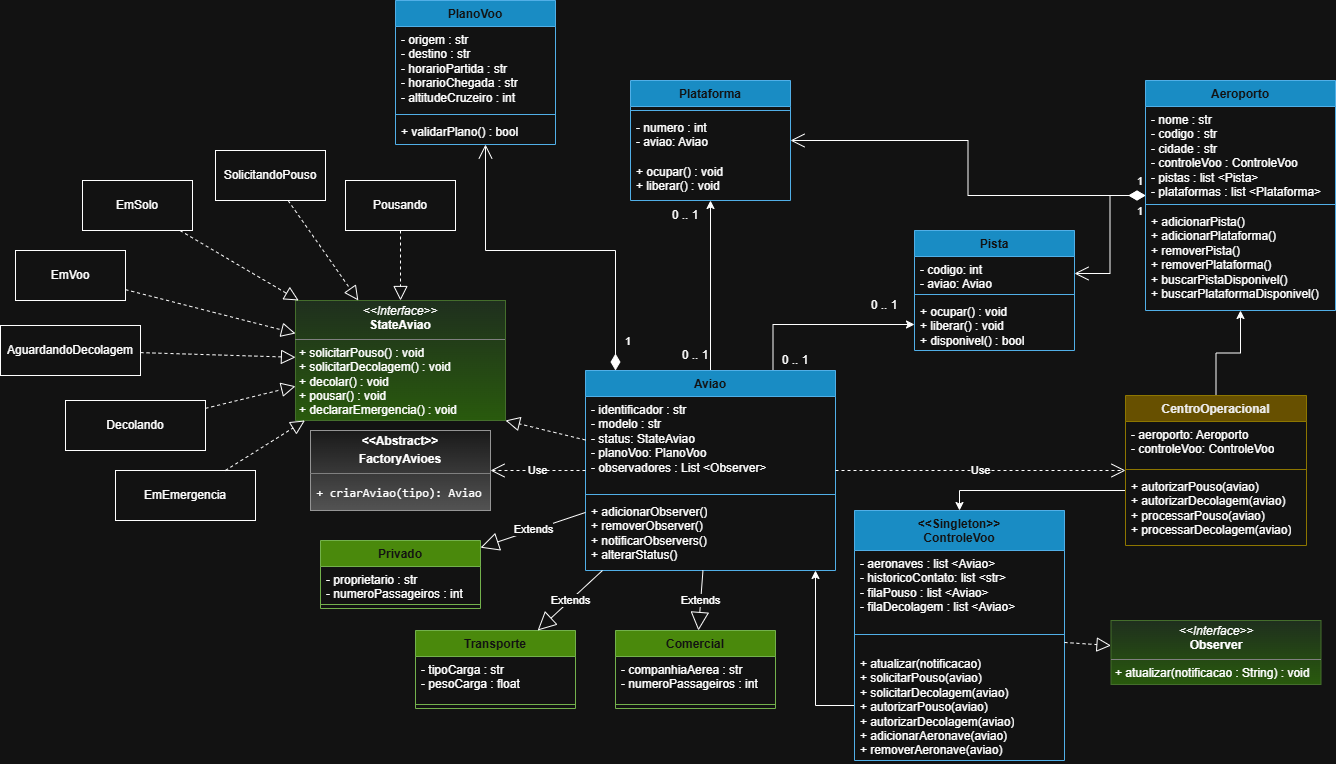
Before: docs/uml.png, a diagram exported from draw.io (Rafael-Dpaula/Sistema-de-Gerenciamento-de-Trafego-Aeroportuario). Source tidied: cells renumbered, new cells last; positions are measured from the earlier drawing's top-left corner, leaving out a move shared by most shapes.
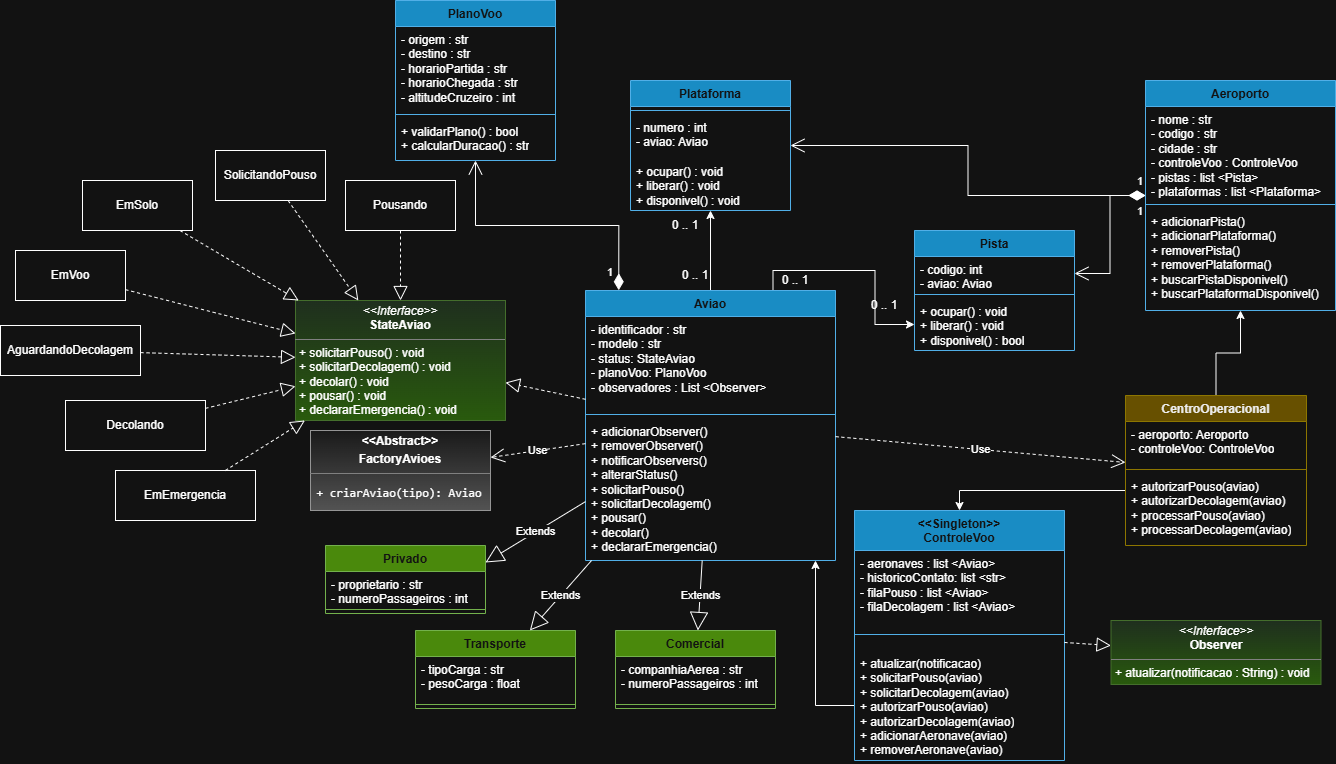
Above is the later version.

What changed in the source:
```diff
@@ -21,7 +21,7 @@
       <mxGeometry relative="1" as="geometry" />
     </mxCell>
     <mxCell id="8" value="Aviao&lt;div&gt;&lt;br&gt;&lt;/div&gt;" style="swimlane;fontStyle=1;align=center;verticalAlign=top;horizontal=1;startSize=26;whiteSpace=wrap;html=1;fillColor=#1ba1e2;fontColor=#ffffff;strokeColor=#006EAF;" parent="1" vertex="1">
-      <mxGeometry x="585" y="370" width="250" height="200" as="geometry" />
+      <mxGeometry x="585" y="290" width="250" height="270" as="geometry" />
     </mxCell>
     <mxCell id="9" value="&lt;div&gt;- identificador : str&lt;/div&gt;&lt;div&gt;- modelo : str&lt;/div&gt;&lt;div&gt;&lt;span style=&quot;background-color: transparent; color: light-dark(rgb(0, 0, 0), rgb(255, 255, 255));&quot;&gt;- status: StateAviao&lt;/span&gt;&lt;/div&gt;&lt;div&gt;&lt;span style=&quot;background-color: transparent;&quot;&gt;- planoVoo: PlanoVoo&lt;/span&gt;&lt;/div&gt;&lt;div&gt;&lt;span style=&quot;background-color: transparent; color: light-dark(rgb(0, 0, 0), rgb(255, 255, 255));&quot;&gt;- observadores : List &amp;lt;Observer&amp;gt;&lt;/span&gt;&lt;/div&gt;" style="text;strokeColor=none;fillColor=none;align=left;verticalAlign=top;spacingLeft=4;spacingRight=4;overflow=hidden;whiteSpace=wrap;html=1;" parent="8" vertex="1">
       <mxGeometry y="26" width="250" height="94" as="geometry" />
@@ -29,11 +29,11 @@
     <mxCell id="10" style="line;strokeWidth=1;fillColor=none;align=left;verticalAlign=middle;spacingTop=-1;spacingLeft=3;spacingRight=3;labelPosition=right;strokeColor=inherit;" parent="8" vertex="1">
       <mxGeometry y="120" width="250" height="8" as="geometry" />
     </mxCell>
-    <mxCell id="11" value="&lt;div&gt;&lt;div&gt;+ adicionarObserver()&lt;/div&gt;&lt;div&gt;+ removerObserver()&lt;/div&gt;&lt;div&gt;+ notificarObservers()&lt;/div&gt;&lt;div&gt;+ alterarStatus()&lt;/div&gt;&lt;/div&gt;" style="text;strokeColor=none;fillColor=none;align=left;verticalAlign=top;spacingLeft=4;spacingRight=4;overflow=hidden;whiteSpace=wrap;html=1;" parent="8" vertex="1">
-      <mxGeometry y="128" width="250" height="72" as="geometry" />
+    <mxCell id="11" value="&lt;div&gt;&lt;div&gt;+ adicionarObserver()&lt;/div&gt;&lt;div&gt;+ removerObserver()&lt;/div&gt;&lt;div&gt;+ notificarObservers()&lt;/div&gt;&lt;div&gt;+ alterarStatus()&lt;/div&gt;&lt;/div&gt;&lt;div&gt;+ solicitarPouso()&lt;/div&gt;&lt;div&gt;+ solicitarDecolagem()&lt;/div&gt;&lt;div&gt;+ pousar()&lt;/div&gt;&lt;div&gt;+ decolar()&lt;/div&gt;&lt;div&gt;+ declararEmergencia()&lt;/div&gt;" style="text;strokeColor=none;fillColor=none;align=left;verticalAlign=top;spacingLeft=4;spacingRight=4;overflow=hidden;whiteSpace=wrap;html=1;" parent="8" vertex="1">
+      <mxGeometry y="128" width="250" height="142" as="geometry" />
     </mxCell>
     <mxCell id="12" value="PlanoVoo&lt;div&gt;&lt;br&gt;&lt;/div&gt;" style="swimlane;fontStyle=1;align=center;verticalAlign=top;horizontal=1;startSize=26;whiteSpace=wrap;html=1;fillColor=#1ba1e2;fontColor=#ffffff;strokeColor=#006EAF;" parent="1" vertex="1">
-      <mxGeometry x="395" width="160" height="144" as="geometry" />
+      <mxGeometry x="395" width="160" height="160" as="geometry" />
     </mxCell>
     <mxCell id="13" value="&lt;div&gt;- origem : str&lt;/div&gt;&lt;div&gt;- destino : str&lt;/div&gt;&lt;div&gt;- horarioPartida : str&lt;/div&gt;&lt;div&gt;- horarioChegada : str&lt;/div&gt;&lt;div&gt;- altitudeCruzeiro : int&lt;/div&gt;" style="text;strokeColor=none;fillColor=none;align=left;verticalAlign=top;spacingLeft=4;spacingRight=4;overflow=hidden;whiteSpace=wrap;html=1;" parent="12" vertex="1">
       <mxGeometry y="26" width="160" height="84" as="geometry" />
@@ -41,8 +41,8 @@
     <mxCell id="14" style="line;strokeWidth=1;fillColor=none;align=left;verticalAlign=middle;spacingTop=-1;spacingLeft=3;spacingRight=3;labelPosition=right;strokeColor=inherit;" parent="12" vertex="1">
       <mxGeometry y="110" width="160" height="8" as="geometry" />
     </mxCell>
-    <mxCell id="15" value="+ validarPlano() : bool" style="text;strokeColor=none;fillColor=none;align=left;verticalAlign=top;spacingLeft=4;spacingRight=4;overflow=hidden;whiteSpace=wrap;html=1;" parent="12" vertex="1">
-      <mxGeometry y="118" width="160" height="26" as="geometry" />
+    <mxCell id="15" value="+ validarPlano() : bool&lt;div&gt;+ calcularDuracao() : str&lt;/div&gt;" style="text;strokeColor=none;fillColor=none;align=left;verticalAlign=top;spacingLeft=4;spacingRight=4;overflow=hidden;whiteSpace=wrap;html=1;" parent="12" vertex="1">
+      <mxGeometry y="118" width="160" height="42" as="geometry" />
     </mxCell>
     <mxCell id="16" style="edgeStyle=orthogonalEdgeStyle;rounded=0;jettySize=auto;html=1;" parent="1" edge="1" source="17" target="8">
       <mxGeometry relative="1" as="geometry">
@@ -73,7 +73,7 @@
       <mxGeometry y="70" width="160" height="8" as="geometry" />
     </mxCell>
     <mxCell id="24" value="Privado" style="swimlane;fontStyle=1;align=center;verticalAlign=top;horizontal=1;startSize=26;whiteSpace=wrap;html=1;fillColor=#60a917;fontColor=#ffffff;strokeColor=#2D7600;" parent="1" vertex="1">
-      <mxGeometry x="320" y="540" width="160" height="68" as="geometry" />
+      <mxGeometry x="325" y="545" width="160" height="68" as="geometry" />
     </mxCell>
     <mxCell id="25" value="- proprietario : str&lt;div&gt;- numeroPassageiros : int&lt;/div&gt;" style="text;strokeColor=none;fillColor=none;align=left;verticalAlign=top;spacingLeft=4;spacingRight=4;overflow=hidden;whiteSpace=wrap;html=1;" parent="24" vertex="1">
       <mxGeometry y="26" width="160" height="34" as="geometry" />
@@ -90,7 +90,7 @@
     <mxCell id="29" style="line;strokeWidth=1;fillColor=none;align=left;verticalAlign=middle;spacingTop=-1;spacingLeft=3;spacingRight=3;labelPosition=right;strokeColor=inherit;" parent="27" vertex="1">
       <mxGeometry y="70" width="160" height="8" as="geometry" />
     </mxCell>
-    <mxCell id="30" value="Extends" style="endArrow=block;endSize=16;endFill=0;html=1;rounded=0;" parent="1" edge="1" source="8" target="24">
+    <mxCell id="30" value="Extends" style="endArrow=block;endSize=16;endFill=0;html=1;rounded=0;entryX=1;entryY=0.25;entryDx=0;entryDy=0;" parent="1" edge="1" source="8" target="24">
       <mxGeometry relative="1" as="geometry" />
     </mxCell>
     <mxCell id="31" value="Extends" style="endArrow=block;endSize=16;endFill=0;html=1;rounded=0;" parent="1" edge="1" source="8" target="21">
@@ -100,7 +100,7 @@
       <mxGeometry relative="1" as="geometry" />
     </mxCell>
     <mxCell id="33" value="Plataforma" style="swimlane;fontStyle=1;align=center;verticalAlign=top;horizontal=1;startSize=26;whiteSpace=wrap;html=1;fillColor=#1ba1e2;fontColor=#ffffff;strokeColor=#006EAF;" parent="1" vertex="1">
-      <mxGeometry x="630" y="80" width="160" height="120" as="geometry" />
+      <mxGeometry x="630" y="80" width="160" height="130" as="geometry" />
     </mxCell>
     <mxCell id="34" style="line;strokeWidth=1;fillColor=none;align=left;verticalAlign=middle;spacingTop=-1;spacingLeft=3;spacingRight=3;labelPosition=right;strokeColor=inherit;" parent="33" vertex="1">
       <mxGeometry y="26" width="160" height="8" as="geometry" />
@@ -108,8 +108,8 @@
     <mxCell id="35" value="&lt;div&gt;- numero : int&lt;/div&gt;&lt;div&gt;- aviao: Aviao&lt;/div&gt;" style="text;strokeColor=none;fillColor=none;align=left;verticalAlign=top;spacingLeft=4;spacingRight=4;overflow=hidden;whiteSpace=wrap;html=1;" parent="33" vertex="1">
       <mxGeometry y="34" width="160" height="44" as="geometry" />
     </mxCell>
-    <mxCell id="36" value="&lt;div&gt;+ ocupar() : void&lt;/div&gt;&lt;div&gt;+ liberar() : void&lt;/div&gt;" style="text;strokeColor=none;fillColor=none;align=left;verticalAlign=top;spacingLeft=4;spacingRight=4;overflow=hidden;whiteSpace=wrap;html=1;" parent="33" vertex="1">
-      <mxGeometry y="78" width="160" height="42" as="geometry" />
+    <mxCell id="36" value="&lt;div&gt;+ ocupar() : void&lt;/div&gt;&lt;div&gt;+ liberar() : void&lt;/div&gt;&lt;div&gt;+ disponivel() : void&lt;/div&gt;" style="text;strokeColor=none;fillColor=none;align=left;verticalAlign=top;spacingLeft=4;spacingRight=4;overflow=hidden;whiteSpace=wrap;html=1;" parent="33" vertex="1">
+      <mxGeometry y="78" width="160" height="52" as="geometry" />
     </mxCell>
     <mxCell id="37" value="&lt;p style=&quot;margin:0px;margin-top:4px;text-align:center;&quot;&gt;&lt;i&gt;&amp;lt;&amp;lt;Interface&amp;gt;&amp;gt;&lt;/i&gt;&lt;br&gt;&lt;b&gt;Observer&lt;/b&gt;&lt;/p&gt;&lt;hr size=&quot;1&quot; style=&quot;border-style:solid;&quot;&gt;&lt;p style=&quot;margin:0px;margin-left:4px;&quot;&gt;+ atualizar(notificacao : String) : void&lt;/p&gt;" style="verticalAlign=top;align=left;overflow=fill;html=1;whiteSpace=wrap;fillColor=#d5e8d4;strokeColor=#82b366;gradientColor=#97d077;" parent="1" vertex="1">
       <mxGeometry x="1110.5" y="620" width="210" height="64" as="geometry" />
@@ -132,7 +132,7 @@
     <mxCell id="43" value="&lt;p style=&quot;margin:0px;margin-top:4px;text-align:center;&quot;&gt;&lt;i&gt;&amp;lt;&amp;lt;Interface&amp;gt;&amp;gt;&lt;/i&gt;&lt;br&gt;&lt;b&gt;StateAviao&lt;/b&gt;&lt;/p&gt;&lt;hr size=&quot;1&quot; style=&quot;border-style:solid;&quot;&gt;&lt;p style=&quot;margin:0px;margin-left:4px;&quot;&gt;+ solicitarPouso() : void&lt;/p&gt;&lt;p style=&quot;margin:0px;margin-left:4px;&quot;&gt;+ solicitarDecolagem() : void&lt;/p&gt;&lt;p style=&quot;margin:0px;margin-left:4px;&quot;&gt;+ decolar() : void&lt;/p&gt;&lt;p style=&quot;margin:0px;margin-left:4px;&quot;&gt;+ pousar() : void&lt;/p&gt;&lt;p style=&quot;margin:0px;margin-left:4px;&quot;&gt;+ declararEmergencia() : void&lt;/p&gt;" style="verticalAlign=top;align=left;overflow=fill;html=1;whiteSpace=wrap;fillColor=#d5e8d4;strokeColor=#82b366;gradientColor=#97d077;" parent="1" vertex="1">
       <mxGeometry x="295" y="300" width="210" height="120" as="geometry" />
     </mxCell>
-    <mxCell id="44" style="endArrow=block;dashed=1;endFill=0;endSize=12;html=1;rounded=0;entryX=1;entryY=1;entryDx=0;entryDy=0;" parent="1" edge="1" source="8" target="43">
+    <mxCell id="44" style="endArrow=block;dashed=1;endFill=0;endSize=12;html=1;rounded=0;" parent="1" edge="1" source="8" target="43">
       <mxGeometry relative="1" as="geometry" />
     </mxCell>
     <mxCell id="45" value="Pousando" style="html=1;whiteSpace=wrap;" parent="1" vertex="1">
@@ -147,15 +147,8 @@
     <mxCell id="48" value="SolicitandoPouso" style="html=1;whiteSpace=wrap;" parent="1" vertex="1">
       <mxGeometry x="215" y="150" width="110" height="50" as="geometry" />
     </mxCell>
-    <mxCell id="49" value="1" style="endArrow=open;html=1;endSize=12;startArrow=diamondThin;startSize=14;startFill=1;edgeStyle=orthogonalEdgeStyle;align=left;verticalAlign=bottom;rounded=0;" parent="1" edge="1" target="12">
-      <mxGeometry x="-0.89" y="-7" relative="1" as="geometry">
-        <mxPoint x="615" y="370" as="sourcePoint" />
-        <Array as="points">
-          <mxPoint x="615" y="250" />
-          <mxPoint x="485" y="250" />
-        </Array>
-        <mxPoint x="1" as="offset" />
-      </mxGeometry>
+    <mxCell id="49" value="1" style="endArrow=open;html=1;endSize=12;startArrow=diamondThin;startSize=14;startFill=1;edgeStyle=orthogonalEdgeStyle;align=left;verticalAlign=bottom;rounded=0;exitX=0.133;exitY=-0.001;exitDx=0;exitDy=0;exitPerimeter=0;" parent="1" edge="1" source="8" target="12">
+      <mxGeometry x="-0.93" y="13" relative="1" as="geometry" />
     </mxCell>
     <mxCell id="50" style="endArrow=block;dashed=1;endFill=0;endSize=12;html=1;rounded=0;" parent="1" edge="1" source="45" target="43">
       <mxGeometry relative="1" as="geometry" />
@@ -194,13 +187,13 @@
       <mxGeometry x="-0.87" y="25" relative="1" as="geometry" />
     </mxCell>
     <mxCell id="62" value="0 .. 1" style="text;html=1;whiteSpace=wrap;strokeColor=none;fillColor=none;align=center;verticalAlign=middle;rounded=0;" parent="1" vertex="1">
-      <mxGeometry x="655" y="200" width="60" height="30" as="geometry" />
+      <mxGeometry x="655" y="210" width="60" height="30" as="geometry" />
     </mxCell>
     <mxCell id="63" value="0 .. 1" style="text;html=1;whiteSpace=wrap;strokeColor=none;fillColor=none;align=center;verticalAlign=middle;rounded=0;" parent="1" vertex="1">
-      <mxGeometry x="665" y="340" width="60" height="30" as="geometry" />
+      <mxGeometry x="665" y="260" width="60" height="30" as="geometry" />
     </mxCell>
     <mxCell id="64" value="0 .. 1" style="text;html=1;whiteSpace=wrap;strokeColor=none;fillColor=none;align=center;verticalAlign=middle;rounded=0;" parent="1" vertex="1">
-      <mxGeometry x="765" y="345" width="60" height="30" as="geometry" />
+      <mxGeometry x="765" y="265" width="60" height="30" as="geometry" />
     </mxCell>
     <mxCell id="65" value="0 .. 1" style="text;html=1;whiteSpace=wrap;strokeColor=none;fillColor=none;align=center;verticalAlign=middle;rounded=0;" parent="1" vertex="1">
       <mxGeometry x="854" y="290" width="60" height="30" as="geometry" />
```
